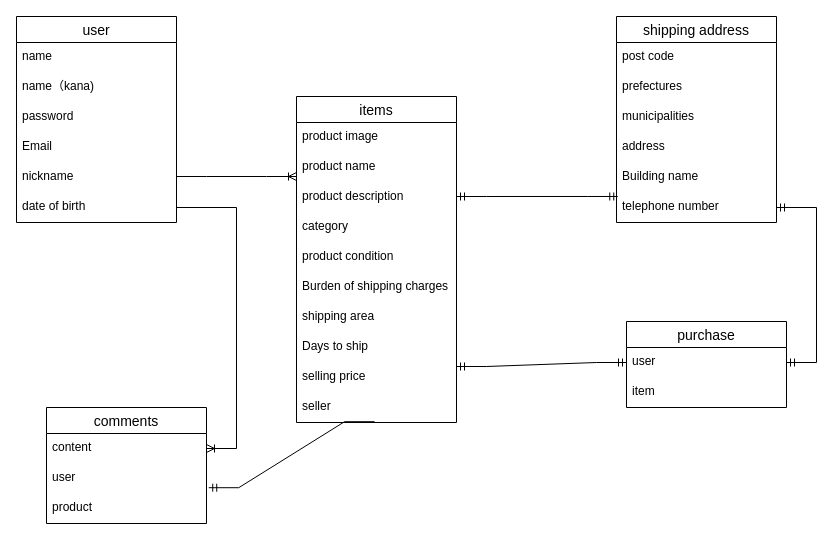
The draw.io diagram test.dio in pusann/furima-37365, before the edit. Source tidied: cells renumbered, new cells numbered last; positions are measured from the earlier drawing's top-left corner, leaving out a move shared by most shapes. Both pictures are drawn from the tidied source at 100%, with x=0, y=0 at pixel (16, 16).
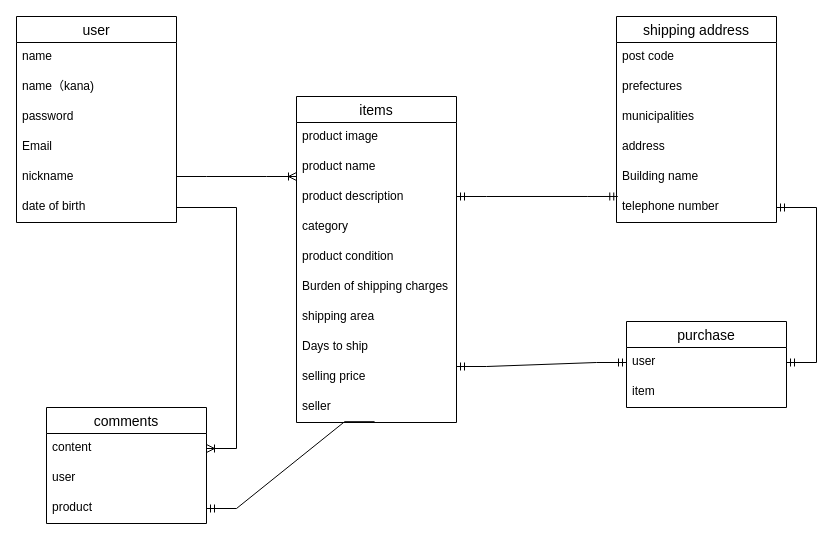
After the change.

The change refers to these unchanged cells:
```xml
<mxCell id="12" value="seller" style="text;strokeColor=none;fillColor=none;spacingLeft=4;spacingRight=4;overflow=hidden;points=[[0,0.5],[1,0.5]];portConstraint=eastwest;fontSize=12;rounded=0;" parent="2" vertex="1">
  <mxGeometry y="296" width="160" height="30" as="geometry" />
</mxCell>
<mxCell id="35" value="user" style="text;strokeColor=none;fillColor=none;spacingLeft=4;spacingRight=4;overflow=hidden;points=[[0,0.5],[1,0.5]];portConstraint=eastwest;fontSize=12;rounded=0;" parent="33" vertex="1">
  <mxGeometry y="56" width="160" height="30" as="geometry" />
</mxCell>
<mxCell id="36" value="product" style="text;strokeColor=none;fillColor=none;spacingLeft=4;spacingRight=4;overflow=hidden;points=[[0,0.5],[1,0.5]];portConstraint=eastwest;fontSize=12;rounded=0;" parent="33" vertex="1">
  <mxGeometry y="86" width="160" height="30" as="geometry" />
</mxCell>
```

The edit, as a diff of the source:
```diff
@@
-    <mxCell id="39" style="edgeStyle=entityRelationEdgeStyle;fontSize=12;html=1;endArrow=ERmandOne;rounded=0;strokeWidth=1;targetPerimeterSpacing=0;entryX=1.014;entryY=0.807;entryDx=0;entryDy=0;entryPerimeter=0;exitX=0.488;exitY=0.973;exitDx=0;exitDy=0;exitPerimeter=0;" parent="1" edge="1" source="12" target="35">
+    <mxCell id="39" style="edgeStyle=entityRelationEdgeStyle;fontSize=12;html=1;endArrow=ERmandOne;rounded=0;strokeWidth=1;targetPerimeterSpacing=0;entryX=1;entryY=0.5;entryDx=0;entryDy=0;exitX=0.488;exitY=0.973;exitDx=0;exitDy=0;exitPerimeter=0;" parent="1" edge="1" source="12" target="36">
       <mxGeometry relative="1" as="geometry" />
     </mxCell>
```
